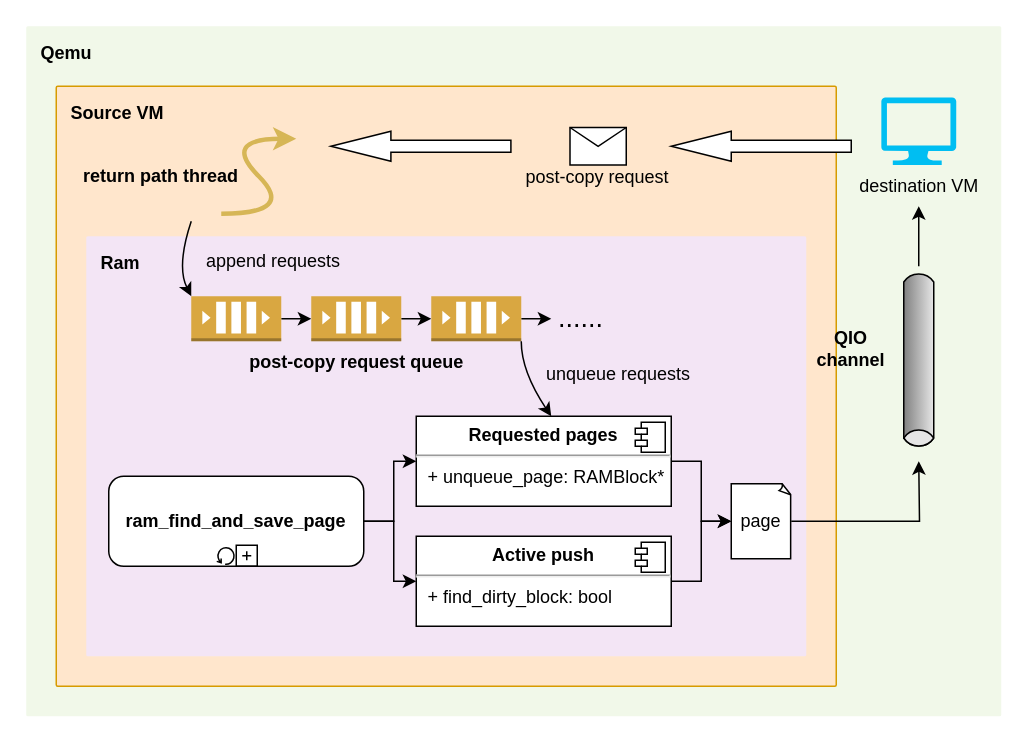
Above: qemu-migration/ram.drawio in xuyizhe1999/drawio (draw.io), before the change. Source tidied: cells renumbered, new cells numbered last; positions are measured from the earlier drawing's top-left corner, leaving out a move shared by most shapes. Both pictures are drawn from the tidied source at 150%, with x=0, y=0 at pixel (26, 26).
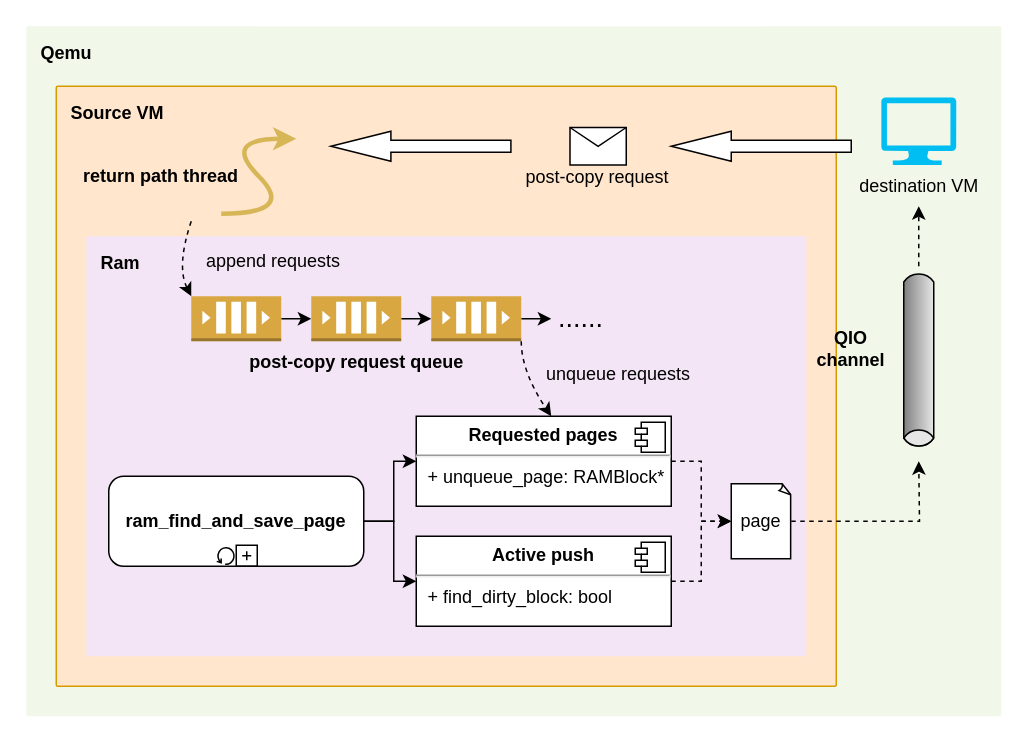
Above is the later version.

The change refers to these unchanged cells:
```xml
<mxCell id="9" style="outlineConnect=0;dashed=0;verticalLabelPosition=bottom;verticalAlign=top;align=center;html=1;shape=mxgraph.aws3.queue;fillColor=#D9A741;gradientColor=none;fontSize=12;fontColor=#000000;" parent="1" vertex="1">
  <mxGeometry x="110" y="180" width="60" height="30" as="geometry" />
</mxCell>
<mxCell id="21" value="&lt;p style=&quot;margin: 0px ; margin-top: 6px ; text-align: center&quot;&gt;&lt;b&gt;Requested pages&lt;/b&gt;&lt;/p&gt;&lt;hr&gt;&lt;p style=&quot;margin: 0px ; margin-left: 8px&quot;&gt;+ unqueue_page&lt;span&gt;: RAMBlock*&lt;/span&gt;&lt;/p&gt;" style="align=left;overflow=fill;html=1;fontColor=#000000;" parent="1" vertex="1">
  <mxGeometry x="260" y="260" width="170" height="60" as="geometry" />
</mxCell>
<mxCell id="24" value="&lt;p style=&quot;margin: 0px ; margin-top: 6px ; text-align: center&quot;&gt;&lt;b&gt;Active push&lt;/b&gt;&lt;/p&gt;&lt;hr&gt;&lt;p style=&quot;margin: 0px ; margin-left: 8px&quot;&gt;+ find_dirty_block: bool&lt;br&gt;&lt;/p&gt;" style="align=left;overflow=fill;html=1;fontColor=#000000;" parent="1" vertex="1">
  <mxGeometry x="260" y="340" width="170" height="60" as="geometry" />
</mxCell>
<mxCell id="29" value="page" style="whiteSpace=wrap;html=1;shape=mxgraph.basic.document;fontColor=#000000;" parent="1" vertex="1">
  <mxGeometry x="470" y="305" width="40" height="50" as="geometry" />
</mxCell>
```

Diff of the diagram source:
```diff
@@
-    <mxCell id="15" style="curved=1;endArrow=classic;html=1;rounded=0;fontSize=18;fontColor=#000000;strokeWidth=1;entryX=0;entryY=0;entryDx=0;entryDy=0;entryPerimeter=0;" parent="1" edge="1" target="9">
+    <mxCell id="15" style="curved=1;endArrow=classic;html=1;rounded=0;fontSize=18;fontColor=#000000;strokeWidth=1;entryX=0;entryY=0;entryDx=0;entryDy=0;entryPerimeter=0;dashed=1;" parent="1" edge="1" target="9">
       <mxGeometry relative="1" as="geometry">
         <mxPoint x="110" y="130" as="sourcePoint" />
         <Array as="points">
           <mxPoint x="100" y="160" />
         </Array>
       </mxGeometry>
     </mxCell>
@@
-    <mxCell id="20" style="edgeStyle=orthogonalEdgeStyle;rounded=0;jettySize=auto;html=1;exitX=1;exitY=0.5;exitDx=0;exitDy=0;entryX=0;entryY=0.5;entryDx=0;entryDy=0;entryPerimeter=0;fontSize=12;fontColor=#000000;strokeWidth=1;" parent="1" edge="1" source="21" target="29">
+    <mxCell id="20" style="edgeStyle=orthogonalEdgeStyle;rounded=0;jettySize=auto;html=1;exitX=1;exitY=0.5;exitDx=0;exitDy=0;entryX=0;entryY=0.5;entryDx=0;entryDy=0;entryPerimeter=0;fontSize=12;fontColor=#000000;strokeWidth=1;dashed=1;" parent="1" edge="1" source="21" target="29">
       <mxGeometry relative="1" as="geometry" />
     </mxCell>
@@
-    <mxCell id="23" style="edgeStyle=orthogonalEdgeStyle;rounded=0;jettySize=auto;html=1;exitX=1;exitY=0.5;exitDx=0;exitDy=0;entryX=0;entryY=0.5;entryDx=0;entryDy=0;entryPerimeter=0;fontSize=12;fontColor=#000000;strokeWidth=1;" parent="1" edge="1" source="24" target="29">
+    <mxCell id="23" style="edgeStyle=orthogonalEdgeStyle;rounded=0;jettySize=auto;html=1;exitX=1;exitY=0.5;exitDx=0;exitDy=0;entryX=0;entryY=0.5;entryDx=0;entryDy=0;entryPerimeter=0;fontSize=12;fontColor=#000000;strokeWidth=1;dashed=1;" parent="1" edge="1" source="24" target="29">
       <mxGeometry relative="1" as="geometry" />
     </mxCell>
@@
-    <mxCell id="26" style="curved=1;endArrow=classic;html=1;rounded=0;fontSize=12;fontColor=#000000;strokeWidth=1;" parent="1" edge="1">
+    <mxCell id="26" style="curved=1;endArrow=classic;html=1;rounded=0;fontSize=12;fontColor=#000000;strokeWidth=1;dashed=1;" parent="1" edge="1">
       <mxGeometry relative="1" as="geometry">
         <mxPoint x="330" y="210" as="sourcePoint" />
         <mxPoint x="350" y="260" as="targetPoint" />
         <Array as="points">
           <mxPoint x="330" y="230" />
         </Array>
       </mxGeometry>
     </mxCell>
@@
-    <mxCell id="28" style="edgeStyle=orthogonalEdgeStyle;rounded=0;jettySize=auto;html=1;exitX=1;exitY=0.5;exitDx=0;exitDy=0;exitPerimeter=0;fontSize=12;fontColor=#000000;strokeWidth=1;" parent="1" edge="1" source="29">
+    <mxCell id="28" style="edgeStyle=orthogonalEdgeStyle;rounded=0;jettySize=auto;html=1;exitX=1;exitY=0.5;exitDx=0;exitDy=0;exitPerimeter=0;fontSize=12;fontColor=#000000;strokeWidth=1;dashed=1;" parent="1" edge="1" source="29">
       <mxGeometry relative="1" as="geometry">
         <mxPoint x="595" y="290" as="targetPoint" />
       </mxGeometry>
     </mxCell>
@@
-    <mxCell id="31" style="endArrow=classic;html=1;rounded=0;fontSize=12;fontColor=#000000;strokeWidth=1;" parent="1" edge="1">
+    <mxCell id="31" style="endArrow=classic;html=1;rounded=0;fontSize=12;fontColor=#000000;strokeWidth=1;dashed=1;" parent="1" edge="1">
       <mxGeometry relative="1" as="geometry">
         <mxPoint x="595" y="160" as="sourcePoint" />
         <mxPoint x="595" y="120" as="targetPoint" />
       </mxGeometry>
     </mxCell>
```
